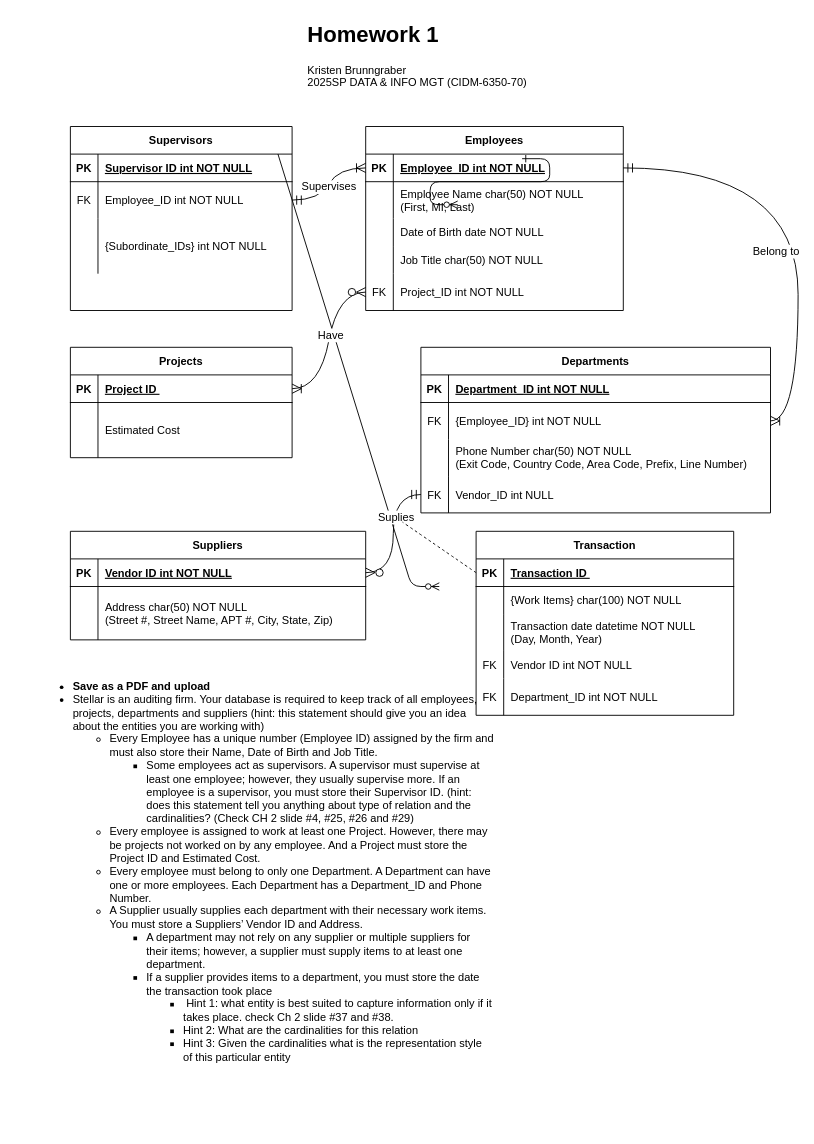
Earlier version of the draw.io diagram Untitled Diagram.drawio (k-wtamu/CIDM6330). Source tidied: cells renumbered, new cells numbered last; positions are measured from the earlier drawing's top-left corner, leaving out a move shared by most shapes. Both pictures are drawn from the tidied source at 92%, with x=0, y=0 at pixel (34, 16).
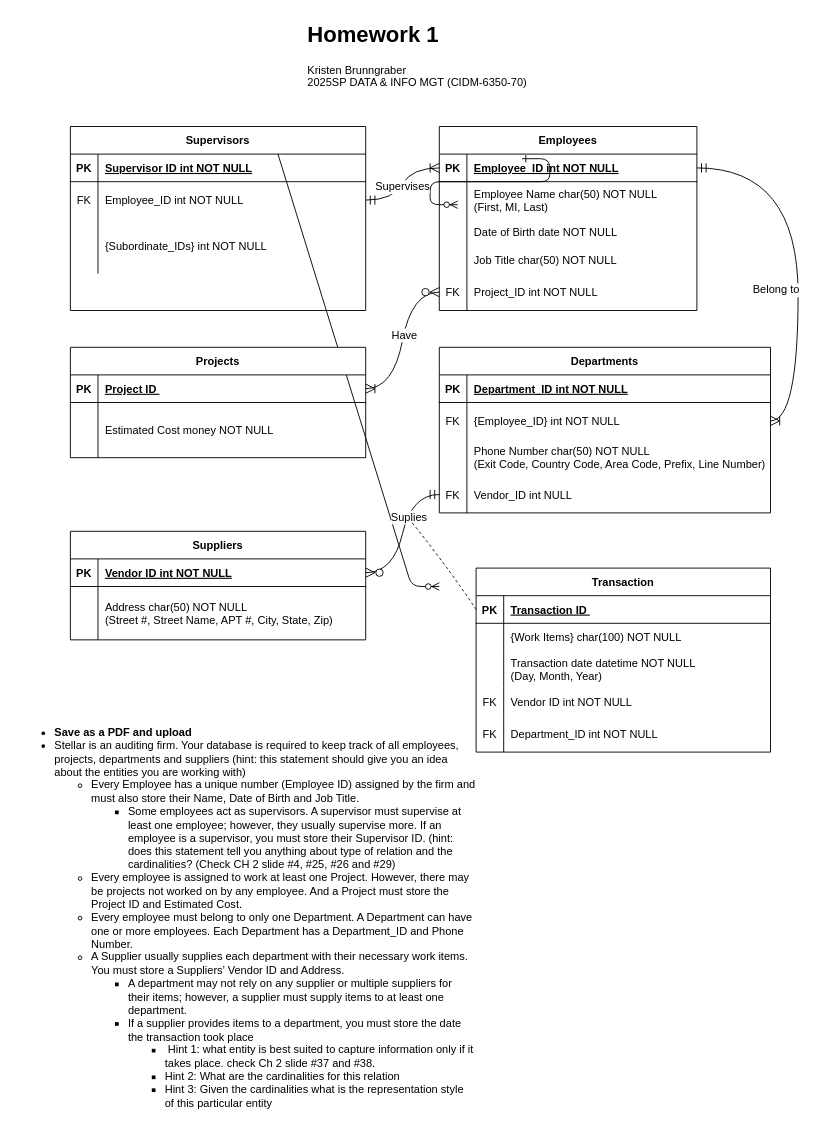
After the change.

Change to the diagram source:
```diff
@@
     <mxCell id="5" value="&lt;ul&gt;&lt;li&gt;&lt;b&gt;Save as a PDF and upload&lt;/b&gt;&lt;/li&gt;&lt;li&gt;Stellar is an auditing firm. Your database is required to keep track of all employees, projects, departments and suppliers (hint: this statement should give you an idea about the entities you are working with)&lt;/li&gt;&lt;ul&gt;&lt;li&gt;Every Employee has a unique number (Employee ID) assigned by the firm and must also store their Name, Date of Birth and Job Title.&lt;/li&gt;&lt;ul&gt;&lt;li&gt;Some employees act as supervisors. A supervisor must supervise at least one employee; however, they usually supervise more. If an employee is a supervisor, you must store their Supervisor ID. (hint: does this statement tell you anything about type of relation and the cardinalities? (Check CH 2 slide #4, #25, #26 and #29)&lt;/li&gt;&lt;/ul&gt;&lt;li&gt;Every employee is assigned to work at least one Project. However, there may be projects not worked on by any employee. And a Project must store the Project ID and Estimated Cost.&lt;/li&gt;&lt;li&gt;Every employee must belong to only one Department. A Department can have one or more employees. Each Department has a Department_ID and Phone Number.&lt;/li&gt;&lt;li&gt;A Supplier usually supplies each department with their necessary work items. You must store a Suppliers’ Vendor ID and Address.&lt;/li&gt;&lt;ul&gt;&lt;li&gt;A department may not rely on any supplier or multiple suppliers for their items; however, a supplier must supply items to at least one department.&lt;/li&gt;&lt;li&gt;If a supplier provides items to a department, you must store the date the transaction took place&lt;/li&gt;&lt;ul&gt;&lt;li&gt;&amp;nbsp;Hint 1: what entity is best suited to capture information only if it takes place. check Ch 2 slide #37 and #38.&lt;/li&gt;&lt;li&gt;Hint 2: What are the cardinalities for this relation&lt;/li&gt;&lt;li&gt;Hint 3: Given the cardinalities what is the representation style of this particular entity&lt;/li&gt;&lt;/ul&gt;&lt;/ul&gt;&lt;/ul&gt;&lt;/ul&gt;" style="text;strokeColor=none;fillColor=none;html=1;whiteSpace=wrap;verticalAlign=middle;overflow=hidden;" parent="1" vertex="1">
-      <mxGeometry y="700" width="500" height="460" as="geometry" />
+      <mxGeometry x="-20" y="750" width="500" height="460" as="geometry" />
     </mxCell>
     <mxCell id="6" value="Employees" style="shape=table;startSize=30;childLayout=tableLayout;rowLines=0;fontStyle=1;align=center;" parent="1" vertex="1">
-      <mxGeometry x="360" y="120" width="280" height="200" as="geometry" />
+      <mxGeometry x="440" y="120" width="280" height="200" as="geometry" />
     </mxCell>
@@
     <mxCell id="22" value="Projects" style="shape=table;startSize=30;childLayout=tableLayout;rowLines=0;fontStyle=1;align=center;" parent="1" vertex="1">
-      <mxGeometry x="39" y="360" width="241" height="120" as="geometry" />
+      <mxGeometry x="39" y="360" width="321" height="120" as="geometry" />
     </mxCell>
     <mxCell id="23" style="shape=partialRectangle;fillColor=none;points=[[0,0.5],[1,0.5]];portConstraint=eastwest;top=0;left=0;right=0;bottom=1;" parent="22" vertex="1">
-      <mxGeometry y="30" width="241" height="30" as="geometry" />
+      <mxGeometry y="30" width="321" height="30" as="geometry" />
     </mxCell>
@@
     <mxCell id="25" value="Project ID " style="shape=partialRectangle;overflow=hidden;fillColor=none;top=0;left=0;bottom=0;right=0;align=left;spacingLeft=6;fontStyle=5;" parent="23" vertex="1">
-      <mxGeometry x="30" width="211" height="30" as="geometry" />
+      <mxGeometry x="30" width="291" height="30" as="geometry" />
     </mxCell>
     <mxCell id="26" style="shape=partialRectangle;fillColor=none;top=0;left=0;right=0;bottom=0;" parent="22" vertex="1">
-      <mxGeometry y="60" width="241" height="60" as="geometry" />
+      <mxGeometry y="60" width="321" height="60" as="geometry" />
     </mxCell>
@@
-    <mxCell id="28" value="Estimated Cost" style="shape=partialRectangle;overflow=hidden;fillColor=none;top=0;left=0;bottom=0;right=0;align=left;spacingLeft=6;" parent="26" vertex="1">
-      <mxGeometry x="30" width="211" height="60" as="geometry" />
+    <mxCell id="28" value="Estimated Cost money NOT NULL" style="shape=partialRectangle;overflow=hidden;fillColor=none;top=0;left=0;bottom=0;right=0;align=left;spacingLeft=6;" parent="26" vertex="1">
+      <mxGeometry x="30" width="291" height="60" as="geometry" />
     </mxCell>
     <mxCell id="29" value="Departments" style="shape=table;startSize=30;childLayout=tableLayout;rowLines=0;fontStyle=1;align=center;" parent="1" vertex="1">
-      <mxGeometry x="420" y="360" width="380" height="180" as="geometry" />
+      <mxGeometry x="440" y="360" width="360" height="180" as="geometry" />
     </mxCell>
     <mxCell id="30" style="shape=partialRectangle;fillColor=none;top=0;left=0;right=0;bottom=1;" parent="29" vertex="1">
-      <mxGeometry y="30" width="380" height="30" as="geometry" />
+      <mxGeometry y="30" width="360" height="30" as="geometry" />
     </mxCell>
@@
     <mxCell id="32" value="Department_ID int NOT NULL" style="shape=partialRectangle;overflow=hidden;fillColor=none;top=0;left=0;bottom=0;right=0;align=left;spacingLeft=6;fontStyle=5;" parent="30" vertex="1">
-      <mxGeometry x="30" width="350" height="30" as="geometry" />
+      <mxGeometry x="30" width="330" height="30" as="geometry" />
     </mxCell>
     <mxCell id="33" style="shape=partialRectangle;fillColor=none;points=[[0,0.5],[1,0.5]];portConstraint=eastwest;top=0;left=0;right=0;bottom=0;" parent="29" vertex="1">
-      <mxGeometry y="60" width="380" height="40" as="geometry" />
+      <mxGeometry y="60" width="360" height="40" as="geometry" />
     </mxCell>
@@
     <mxCell id="35" value="{Employee_ID} int NOT NULL" style="shape=partialRectangle;overflow=hidden;fillColor=none;top=0;left=0;bottom=0;right=0;align=left;spacingLeft=6;" parent="33" vertex="1">
-      <mxGeometry x="30" width="350" height="40" as="geometry" />
+      <mxGeometry x="30" width="330" height="40" as="geometry" />
     </mxCell>
     <mxCell id="36" style="shape=partialRectangle;fillColor=none;top=0;left=0;right=0;bottom=0;" parent="29" vertex="1">
-      <mxGeometry y="100" width="380" height="40" as="geometry" />
+      <mxGeometry y="100" width="360" height="40" as="geometry" />
     </mxCell>
@@
     <mxCell id="38" value="Phone Number char(50) NOT NULL&#10;(Exit Code, Country Code, Area Code, Prefix, Line Number)" style="shape=partialRectangle;overflow=hidden;fillColor=none;top=0;left=0;bottom=0;right=0;align=left;spacingLeft=6;" parent="36" vertex="1">
-      <mxGeometry x="30" width="350" height="40" as="geometry" />
+      <mxGeometry x="30" width="330" height="40" as="geometry" />
     </mxCell>
     <mxCell id="39" style="shape=partialRectangle;fillColor=none;points=[[0,0.5],[1,0.5]];portConstraint=eastwest;top=0;left=0;right=0;bottom=0;" parent="29" vertex="1">
-      <mxGeometry y="140" width="380" height="40" as="geometry" />
+      <mxGeometry y="140" width="360" height="40" as="geometry" />
     </mxCell>
@@
     <mxCell id="41" value="Vendor_ID int NULL" style="shape=partialRectangle;overflow=hidden;fillColor=none;top=0;left=0;bottom=0;right=0;align=left;spacingLeft=6;" parent="39" vertex="1">
-      <mxGeometry x="30" width="350" height="40" as="geometry" />
+      <mxGeometry x="30" width="330" height="40" as="geometry" />
     </mxCell>
@@
     <mxCell id="49" value="Supervisors" style="shape=table;startSize=30;childLayout=tableLayout;rowLines=0;fontStyle=1;align=center;" parent="1" vertex="1">
-      <mxGeometry x="39" y="120" width="241" height="200" as="geometry" />
+      <mxGeometry x="39" y="120" width="321" height="200" as="geometry" />
     </mxCell>
     <mxCell id="50" style="shape=partialRectangle;fillColor=none;top=0;left=0;right=0;bottom=1;" parent="49" vertex="1">
-      <mxGeometry y="30" width="241" height="30" as="geometry" />
+      <mxGeometry y="30" width="321" height="30" as="geometry" />
     </mxCell>
@@
     <mxCell id="52" value="Supervisor ID int NOT NULL" style="shape=partialRectangle;overflow=hidden;fillColor=none;top=0;left=0;bottom=0;right=0;align=left;spacingLeft=6;fontStyle=5;" parent="50" vertex="1">
-      <mxGeometry x="30" width="211" height="30" as="geometry" />
+      <mxGeometry x="30" width="291" height="30" as="geometry" />
     </mxCell>
     <mxCell id="53" style="shape=partialRectangle;fillColor=none;points=[[0,0.5],[1,0.5]];portConstraint=eastwest;top=0;left=0;right=0;bottom=0;" parent="49" vertex="1">
-      <mxGeometry y="60" width="241" height="40" as="geometry" />
+      <mxGeometry y="60" width="321" height="40" as="geometry" />
     </mxCell>
@@
     <mxCell id="55" value="Employee_ID int NOT NULL" style="shape=partialRectangle;overflow=hidden;fillColor=none;top=0;left=0;bottom=0;right=0;align=left;spacingLeft=6;" parent="53" vertex="1">
-      <mxGeometry x="30" width="211" height="40" as="geometry" />
+      <mxGeometry x="30" width="291" height="40" as="geometry" />
     </mxCell>
     <mxCell id="56" style="shape=partialRectangle;fillColor=none;top=0;left=0;right=0;bottom=0;" parent="49" vertex="1">
-      <mxGeometry y="100" width="241" height="60" as="geometry" />
+      <mxGeometry y="100" width="321" height="60" as="geometry" />
     </mxCell>
@@
     <mxCell id="58" value="{Subordinate_IDs} int NOT NULL" style="shape=partialRectangle;overflow=hidden;fillColor=none;top=0;left=0;bottom=0;right=0;align=left;spacingLeft=6;" parent="56" vertex="1">
-      <mxGeometry x="30" width="211" height="60" as="geometry" />
+      <mxGeometry x="30" width="291" height="60" as="geometry" />
     </mxCell>
     <mxCell id="59" value="Transaction" style="shape=table;startSize=30;childLayout=tableLayout;rowLines=0;fontStyle=1;align=center;" parent="1" vertex="1">
-      <mxGeometry x="480" y="560" width="280" height="200" as="geometry" />
+      <mxGeometry x="480" y="600" width="320" height="200" as="geometry" />
     </mxCell>
     <mxCell id="60" style="shape=partialRectangle;fillColor=none;points=[[0,0.5],[1,0.5]];portConstraint=eastwest;top=0;left=0;right=0;bottom=1;" parent="59" vertex="1">
-      <mxGeometry y="30" width="280" height="30" as="geometry" />
+      <mxGeometry y="30" width="320" height="30" as="geometry" />
     </mxCell>
@@
     <mxCell id="62" value="Transaction ID " style="shape=partialRectangle;overflow=hidden;fillColor=none;top=0;left=0;bottom=0;right=0;align=left;spacingLeft=6;fontStyle=5;" parent="60" vertex="1">
-      <mxGeometry x="30" width="250" height="30" as="geometry" />
+      <mxGeometry x="30" width="290" height="30" as="geometry" />
     </mxCell>
     <mxCell id="63" style="shape=partialRectangle;fillColor=none;top=0;left=0;right=0;bottom=0;" parent="59" vertex="1">
-      <mxGeometry y="60" width="280" height="30" as="geometry" />
+      <mxGeometry y="60" width="320" height="30" as="geometry" />
     </mxCell>
@@
     <mxCell id="65" value="{Work Items} char(100) NOT NULL" style="shape=partialRectangle;overflow=hidden;fillColor=none;top=0;left=0;bottom=0;right=0;align=left;spacingLeft=6;" parent="63" vertex="1">
-      <mxGeometry x="30" width="250" height="30" as="geometry" />
+      <mxGeometry x="30" width="290" height="30" as="geometry" />
     </mxCell>
     <mxCell id="66" style="shape=partialRectangle;fillColor=none;top=0;left=0;right=0;bottom=0;" parent="59" vertex="1">
-      <mxGeometry y="90" width="280" height="40" as="geometry" />
+      <mxGeometry y="90" width="320" height="40" as="geometry" />
     </mxCell>
@@
     <mxCell id="68" value="Transaction date datetime NOT NULL&#10;(Day, Month, Year)" style="shape=partialRectangle;overflow=hidden;fillColor=none;top=0;left=0;bottom=0;right=0;align=left;spacingLeft=6;" parent="66" vertex="1">
-      <mxGeometry x="30" width="250" height="40" as="geometry" />
+      <mxGeometry x="30" width="290" height="40" as="geometry" />
     </mxCell>
     <mxCell id="69" style="shape=partialRectangle;fillColor=none;top=0;left=0;right=0;bottom=0;" parent="59" vertex="1">
-      <mxGeometry y="130" width="280" height="30" as="geometry" />
+      <mxGeometry y="130" width="320" height="30" as="geometry" />
     </mxCell>
@@
     <mxCell id="71" value="Vendor ID int NOT NULL" style="shape=partialRectangle;overflow=hidden;fillColor=none;top=0;left=0;bottom=0;right=0;align=left;spacingLeft=6;" parent="69" vertex="1">
-      <mxGeometry x="30" width="250" height="30" as="geometry" />
+      <mxGeometry x="30" width="290" height="30" as="geometry" />
     </mxCell>
     <mxCell id="72" style="shape=partialRectangle;fillColor=none;top=0;left=0;right=0;bottom=0;" parent="59" vertex="1">
-      <mxGeometry y="160" width="280" height="40" as="geometry" />
+      <mxGeometry y="160" width="320" height="40" as="geometry" />
     </mxCell>
@@
     <mxCell id="74" value="Department_ID int NOT NULL" style="shape=partialRectangle;overflow=hidden;fillColor=none;top=0;left=0;bottom=0;right=0;align=left;spacingLeft=6;" parent="72" vertex="1">
-      <mxGeometry x="30" width="250" height="40" as="geometry" />
+      <mxGeometry x="30" width="290" height="40" as="geometry" />
     </mxCell>
@@
     <mxCell id="83" style="edgeStyle=none;curved=1;rounded=0;jettySize=auto;html=1;fontSize=12;startSize=8;endSize=8;exitX=0;exitY=0.5;exitDx=0;exitDy=0;dashed=1;endArrow=none;startFill=0;" parent="1" edge="1" source="60">
       <mxGeometry relative="1" as="geometry">
-        <mxPoint x="400" y="550" as="targetPoint" />
+        <mxPoint x="410" y="550" as="targetPoint" />
+        <Array as="points">
+          <mxPoint x="450" y="600" />
+        </Array>
       </mxGeometry>
     </mxCell>
```
